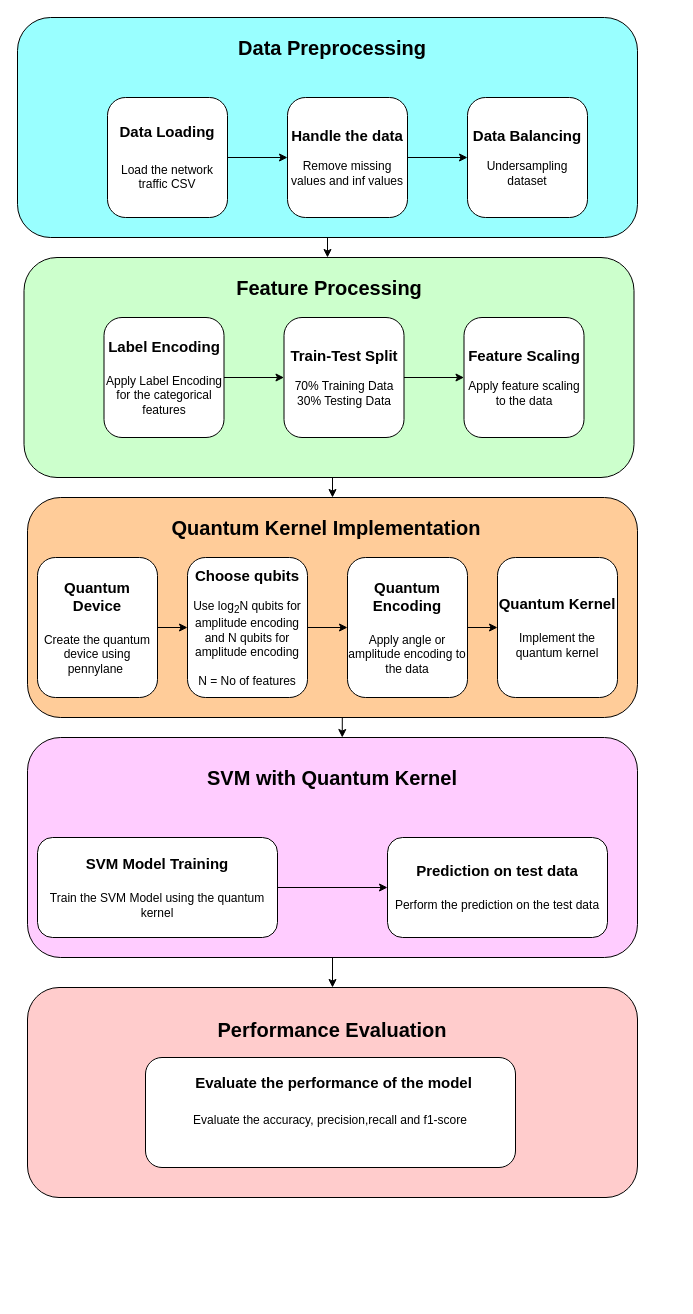
AkshayMMurthy/abc keeps this draw.io diagram as Untitled Diagram.drawio. Above is the earlier version. Source tidied: cells renumbered, new cells numbered last; positions are measured from the earlier drawing's top-left corner, leaving out a move shared by most shapes. Both pictures are drawn from the tidied source at 100%, with x=0, y=0 at pixel (17, 17).
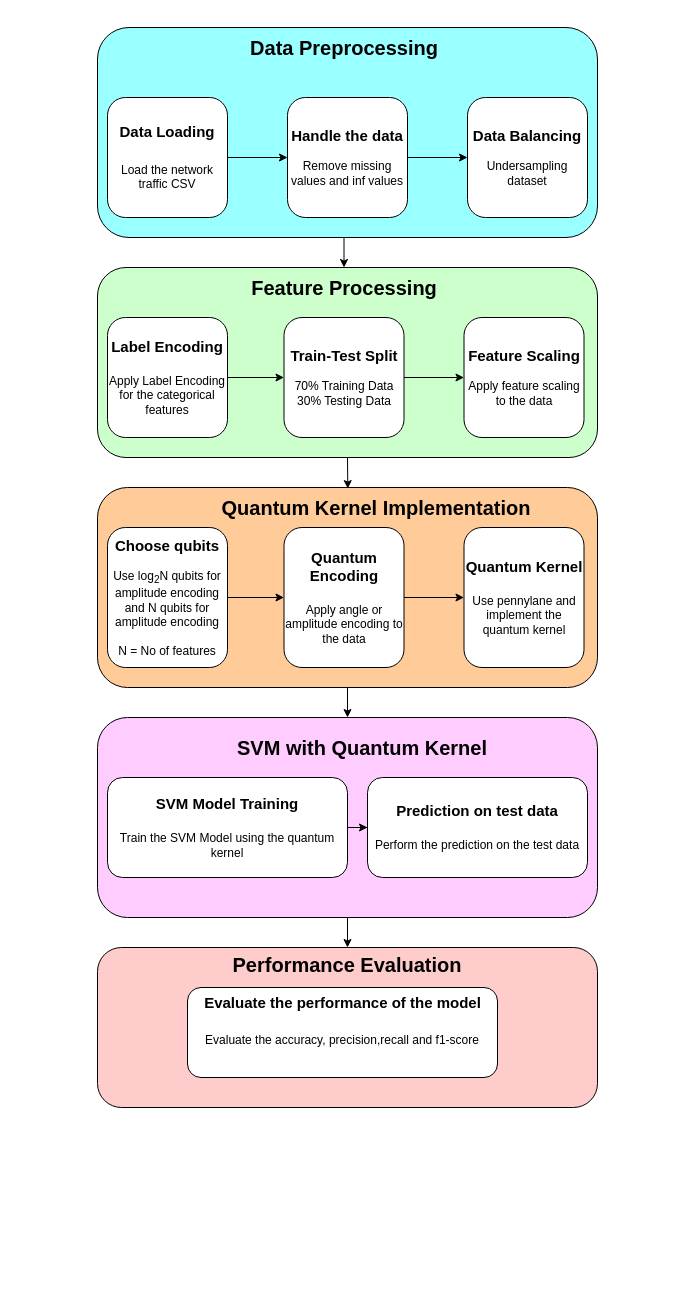
The same diagram, later.

The change refers to these unchanged cells:
```xml
<mxCell id="36" style="rounded=1;whiteSpace=wrap;html=1;" parent="1" vertex="1">
  <mxGeometry x="300" y="240" width="20" as="geometry" />
</mxCell>
```

Diff of the diagram source:
```diff
@@
-    <mxCell id="2" style="edgeStyle=orthogonalEdgeStyle;rounded=0;jettySize=auto;html=1;" parent="1" edge="1" source="3" target="36">
-      <mxGeometry relative="1" as="geometry" />
-    </mxCell>
+    <mxCell id="38" style="edgeStyle=orthogonalEdgeStyle;rounded=0;jettySize=auto;html=1;exitX=0.5;exitY=1;exitDx=0;exitDy=0;entryX=0.5;entryY=0;entryDx=0;entryDy=0;" parent="1" edge="1" source="3" target="30">
+      <mxGeometry relative="1" as="geometry" />
+    </mxCell>
     <mxCell id="3" style="rounded=1;whiteSpace=wrap;html=1;fillColor=light-dark(#99FFFF,#99FFFF);" parent="1" vertex="1">
-      <mxGeometry width="620" height="220" as="geometry" />
+      <mxGeometry x="80" y="10" width="500" height="210" as="geometry" />
     </mxCell>
@@
     <mxCell id="5" style="rounded=1;whiteSpace=wrap;html=1;fillColor=light-dark(#FFCCFF,#FFCCFF);" parent="1" vertex="1">
-      <mxGeometry x="10" y="720" width="610" height="220" as="geometry" />
+      <mxGeometry x="80" y="700" width="500" height="200" as="geometry" />
     </mxCell>
     <mxCell id="6" value="&lt;div&gt;&lt;br&gt;&lt;/div&gt;&lt;div&gt;&lt;br&gt;&lt;/div&gt;&lt;div&gt;&lt;br&gt;&lt;/div&gt;&lt;div&gt;&lt;br&gt;&lt;/div&gt;&lt;div&gt;&lt;br&gt;&lt;/div&gt;&lt;div&gt;&lt;br&gt;&lt;/div&gt;&lt;div&gt;&lt;br&gt;&lt;/div&gt;&lt;div&gt;&lt;br&gt;&lt;/div&gt;&lt;div&gt;&lt;br&gt;&lt;/div&gt;&lt;div&gt;&lt;div&gt;&lt;font style=&quot;font-size: 20px;&quot;&gt;&lt;b&gt;Performance Evaluation&lt;/b&gt;&lt;/font&gt;&lt;/div&gt;&lt;div&gt;&lt;font style=&quot;font-size: 20px;&quot;&gt;&lt;b&gt;&lt;br&gt;&lt;/b&gt;&lt;/font&gt;&lt;/div&gt;&lt;div&gt;&lt;font style=&quot;font-size: 20px;&quot;&gt;&lt;b&gt;&lt;br&gt;&lt;/b&gt;&lt;/font&gt;&lt;/div&gt;&lt;div&gt;&lt;font style=&quot;font-size: 20px;&quot;&gt;&lt;b&gt;&lt;br&gt;&lt;/b&gt;&lt;/font&gt;&lt;/div&gt;&lt;div&gt;&lt;font style=&quot;font-size: 20px;&quot;&gt;&lt;b&gt;&lt;br&gt;&lt;/b&gt;&lt;/font&gt;&lt;/div&gt;&lt;div&gt;&lt;font style=&quot;font-size: 20px;&quot;&gt;&lt;b&gt;&lt;br&gt;&lt;/b&gt;&lt;/font&gt;&lt;/div&gt;&lt;div&gt;&lt;font style=&quot;font-size: 20px;&quot;&gt;&lt;b&gt;&lt;br&gt;&lt;/b&gt;&lt;/font&gt;&lt;/div&gt;&lt;div&gt;&lt;font style=&quot;font-size: 20px;&quot;&gt;&lt;b&gt;&lt;br&gt;&lt;/b&gt;&lt;/font&gt;&lt;/div&gt;&lt;div&gt;&lt;font style=&quot;font-size: 20px;&quot;&gt;&lt;b&gt;&lt;br&gt;&lt;/b&gt;&lt;/font&gt;&lt;/div&gt;&lt;div&gt;&lt;font style=&quot;font-size: 20px;&quot;&gt;&lt;b&gt;&lt;br&gt;&lt;/b&gt;&lt;/font&gt;&lt;/div&gt;&lt;div&gt;&lt;font style=&quot;font-size: 20px;&quot;&gt;&lt;b&gt;&lt;br&gt;&lt;/b&gt;&lt;/font&gt;&lt;/div&gt;&lt;div&gt;&lt;br&gt;&lt;/div&gt;&lt;/div&gt;" style="rounded=1;whiteSpace=wrap;html=1;fillColor=light-dark(#FFCCCC,#CCFFCC);" parent="1" vertex="1">
-      <mxGeometry x="10" y="970" width="610" height="210" as="geometry" />
+      <mxGeometry x="80" y="930" width="500" height="160" as="geometry" />
     </mxCell>
     <mxCell id="7" value="&lt;font style=&quot;font-size: 20px;&quot;&gt;&lt;b&gt;Data Preprocessing&lt;/b&gt;&lt;/font&gt;" style="text;html=1;align=center;verticalAlign=middle;whiteSpace=wrap;rounded=0;" parent="1" vertex="1">
-      <mxGeometry x="20" y="10" width="590" height="40" as="geometry" />
+      <mxGeometry x="31.5" y="10" width="590" height="40" as="geometry" />
     </mxCell>
@@
     <mxCell id="13" value="&lt;span style=&quot;font-size: 20px;&quot;&gt;&lt;b&gt;SVM with Quantum Kernel&lt;/b&gt;&lt;/span&gt;" style="text;html=1;align=center;verticalAlign=middle;whiteSpace=wrap;rounded=0;" parent="1" vertex="1">
-      <mxGeometry x="20" y="740" width="590" height="40" as="geometry" />
+      <mxGeometry x="50" y="710" width="590" height="40" as="geometry" />
     </mxCell>
@@
     <mxCell id="15" value="&lt;div&gt;&lt;span style=&quot;font-size: 15px;&quot;&gt;&lt;b&gt;SVM Model Training&lt;/b&gt;&lt;/span&gt;&lt;/div&gt;&lt;div&gt;&lt;span style=&quot;font-size: 15px;&quot;&gt;&lt;b&gt;&lt;br&gt;&lt;/b&gt;&lt;/span&gt;&lt;/div&gt;Train the SVM Model using the quantum kernel" style="rounded=1;whiteSpace=wrap;html=1;" parent="1" vertex="1">
-      <mxGeometry x="20" y="820" width="240" height="100" as="geometry" />
+      <mxGeometry x="90" y="760" width="240" height="100" as="geometry" />
     </mxCell>
     <mxCell id="16" value="&lt;div&gt;&lt;span style=&quot;font-size: 15px;&quot;&gt;&lt;b&gt;Prediction on test data&lt;/b&gt;&lt;/span&gt;&lt;/div&gt;&lt;div&gt;&lt;span style=&quot;font-size: 15px;&quot;&gt;&lt;b&gt;&lt;br&gt;&lt;/b&gt;&lt;/span&gt;&lt;/div&gt;&lt;div&gt;Perform the prediction on the test data&lt;/div&gt;" style="rounded=1;whiteSpace=wrap;html=1;" parent="1" vertex="1">
-      <mxGeometry x="370" y="820" width="220" height="100" as="geometry" />
+      <mxGeometry x="350" y="760" width="220" height="100" as="geometry" />
     </mxCell>
     <mxCell id="17" value="&lt;div&gt;&lt;br&gt;&lt;/div&gt;Evaluate the accuracy, precision,recall and f1-score" style="rounded=1;whiteSpace=wrap;html=1;" parent="1" vertex="1">
-      <mxGeometry x="128" y="1040" width="370" height="110" as="geometry" />
+      <mxGeometry x="170" y="970" width="310" height="90" as="geometry" />
     </mxCell>
     <mxCell id="18" value="Evaluate the performance of the model" style="text;html=1;align=center;verticalAlign=middle;whiteSpace=wrap;rounded=0;fontSize=15;fontStyle=1;" parent="1" vertex="1">
-      <mxGeometry x="173.2" y="1050" width="286.5" height="30" as="geometry" />
+      <mxGeometry x="181.8" y="970" width="286.5" height="30" as="geometry" />
     </mxCell>
+    <mxCell id="37" style="edgeStyle=orthogonalEdgeStyle;rounded=0;jettySize=auto;html=1;exitX=0.5;exitY=1;exitDx=0;exitDy=0;entryX=0.5;entryY=0;entryDx=0;entryDy=0;" parent="1" edge="1" source="19" target="5">
+      <mxGeometry relative="1" as="geometry" />
+    </mxCell>
     <mxCell id="19" style="rounded=1;whiteSpace=wrap;html=1;fillColor=light-dark(#FFCC99,#99FFFF);" parent="1" vertex="1">
-      <mxGeometry x="10" y="480" width="610" height="220" as="geometry" />
+      <mxGeometry x="80" y="470" width="500" height="200" as="geometry" />
     </mxCell>
     <mxCell id="20" value="&lt;font style=&quot;font-size: 20px;&quot;&gt;&lt;b&gt;Quantum Kernel Implementation&lt;/b&gt;&lt;/font&gt;" style="text;html=1;align=center;verticalAlign=middle;whiteSpace=wrap;rounded=0;" parent="1" vertex="1">
-      <mxGeometry x="10" y="490" width="598" height="40" as="geometry" />
+      <mxGeometry x="60" y="470" width="598" height="40" as="geometry" />
     </mxCell>
-    <mxCell id="21" style="edgeStyle=orthogonalEdgeStyle;rounded=0;jettySize=auto;html=1;" parent="1" edge="1" source="22" target="26">
-      <mxGeometry relative="1" as="geometry" />
-    </mxCell>
-    <mxCell id="22" value="&lt;div&gt;&lt;b style=&quot;&quot;&gt;&lt;span style=&quot;font-size: 15px;&quot;&gt;Quantum Device&lt;/span&gt;&lt;/b&gt;&lt;/div&gt;&lt;div&gt;&lt;b style=&quot;&quot;&gt;&lt;span style=&quot;font-size: 15px;&quot;&gt;&lt;br&gt;&lt;/span&gt;&lt;/b&gt;&lt;div&gt;Create the quantum device using pennylane&amp;nbsp;&lt;/div&gt;&lt;/div&gt;" style="rounded=1;whiteSpace=wrap;html=1;" parent="1" vertex="1">
-      <mxGeometry x="20" y="540" width="120" height="140" as="geometry" />
-    </mxCell>
@@
     <mxCell id="24" value="&lt;div&gt;&lt;span style=&quot;font-size: 15px;&quot;&gt;&lt;b&gt;Quantum Encoding&lt;/b&gt;&lt;/span&gt;&lt;/div&gt;&lt;div&gt;&lt;span style=&quot;font-size: 15px;&quot;&gt;&lt;b&gt;&lt;br&gt;&lt;/b&gt;&lt;/span&gt;&lt;/div&gt;&lt;div&gt;Apply angle or amplitude encoding to the data&lt;/div&gt;" style="rounded=1;whiteSpace=wrap;html=1;" parent="1" vertex="1">
-      <mxGeometry x="330" y="540" width="120" height="140" as="geometry" />
+      <mxGeometry x="266.5" y="510" width="120" height="140" as="geometry" />
     </mxCell>
@@
     <mxCell id="26" value="&lt;span style=&quot;font-size: 15px;&quot;&gt;&lt;b&gt;Choose qubits&lt;/b&gt;&lt;/span&gt;&lt;br&gt;&lt;div&gt;&lt;br&gt;&lt;/div&gt;&lt;div&gt;Use log&lt;sub&gt;2&lt;/sub&gt;N qubits for amplitude encoding and N qubits for amplitude encoding&lt;/div&gt;&lt;div&gt;&lt;br&gt;&lt;/div&gt;&lt;div&gt;N = No of features&lt;/div&gt;" style="rounded=1;whiteSpace=wrap;html=1;" parent="1" vertex="1">
-      <mxGeometry x="170" y="540" width="120" height="140" as="geometry" />
+      <mxGeometry x="90" y="510" width="120" height="140" as="geometry" />
     </mxCell>
-    <mxCell id="27" value="&lt;div&gt;&lt;span style=&quot;font-size: 15px;&quot;&gt;&lt;b&gt;Quantum Kernel&lt;/b&gt;&lt;/span&gt;&lt;/div&gt;&lt;div&gt;&lt;span style=&quot;font-size: 15px;&quot;&gt;&lt;b&gt;&lt;br&gt;&lt;/b&gt;&lt;/span&gt;&lt;/div&gt;&lt;div&gt;Implement the quantum kernel&lt;/div&gt;" style="rounded=1;whiteSpace=wrap;html=1;" parent="1" vertex="1">
-      <mxGeometry x="480" y="540" width="120" height="140" as="geometry" />
+    <mxCell id="27" value="&lt;div&gt;&lt;span style=&quot;font-size: 15px;&quot;&gt;&lt;b&gt;Quantum Kernel&lt;/b&gt;&lt;/span&gt;&lt;/div&gt;&lt;div&gt;&lt;span style=&quot;font-size: 15px;&quot;&gt;&lt;b&gt;&lt;br&gt;&lt;/b&gt;&lt;/span&gt;&lt;/div&gt;&lt;div&gt;Use pennylane and implement the quantum kernel&lt;/div&gt;" style="rounded=1;whiteSpace=wrap;html=1;" parent="1" vertex="1">
+      <mxGeometry x="446.5" y="510" width="120" height="140" as="geometry" />
     </mxCell>
-    <mxCell id="28" style="edgeStyle=orthogonalEdgeStyle;rounded=0;jettySize=auto;html=1;exitX=0.5;exitY=1;exitDx=0;exitDy=0;entryX=0.5;entryY=0;entryDx=0;entryDy=0;" parent="1" edge="1" source="29" target="19">
-      <mxGeometry relative="1" as="geometry" />
-    </mxCell>
     <mxCell id="29" style="rounded=1;whiteSpace=wrap;html=1;fillColor=light-dark(#CCFFCC,#99FFFF);" parent="1" vertex="1">
-      <mxGeometry x="6.5" y="240" width="610" height="220" as="geometry" />
+      <mxGeometry x="80" y="250" width="500" height="190" as="geometry" />
     </mxCell>
     <mxCell id="30" value="&lt;font style=&quot;font-size: 20px;&quot;&gt;&lt;b&gt;Feature Processing&lt;/b&gt;&lt;/font&gt;" style="text;html=1;align=center;verticalAlign=middle;whiteSpace=wrap;rounded=0;" parent="1" vertex="1">
-      <mxGeometry x="16.5" y="250" width="590" height="40" as="geometry" />
+      <mxGeometry x="31.5" y="250" width="590" height="40" as="geometry" />
     </mxCell>
@@
     <mxCell id="35" value="&lt;div&gt;&lt;span style=&quot;font-size: 15px;&quot;&gt;&lt;b&gt;Label Encoding&lt;/b&gt;&lt;/span&gt;&lt;/div&gt;&lt;div&gt;&lt;span style=&quot;font-size: 15px;&quot;&gt;&lt;b&gt;&lt;br&gt;&lt;/b&gt;&lt;/span&gt;&lt;/div&gt;&lt;div&gt;Apply Label Encoding for the categorical features&lt;/div&gt;" style="rounded=1;whiteSpace=wrap;html=1;" parent="1" vertex="1">
-      <mxGeometry x="86.5" y="300" width="120" height="120" as="geometry" />
+      <mxGeometry x="90" y="300" width="120" height="120" as="geometry" />
     </mxCell>
@@
-    <mxCell id="37" style="edgeStyle=orthogonalEdgeStyle;rounded=0;jettySize=auto;html=1;exitX=0.5;exitY=1;exitDx=0;exitDy=0;entryX=0.516;entryY=0;entryDx=0;entryDy=0;entryPerimeter=0;" parent="1" edge="1" source="19" target="5">
-      <mxGeometry relative="1" as="geometry" />
-    </mxCell>
+    <mxCell id="39" style="edgeStyle=orthogonalEdgeStyle;rounded=0;jettySize=auto;html=1;exitX=0.5;exitY=1;exitDx=0;exitDy=0;entryX=0.452;entryY=0.027;entryDx=0;entryDy=0;entryPerimeter=0;" parent="1" edge="1" source="29" target="20">
+      <mxGeometry relative="1" as="geometry" />
+    </mxCell>
```
